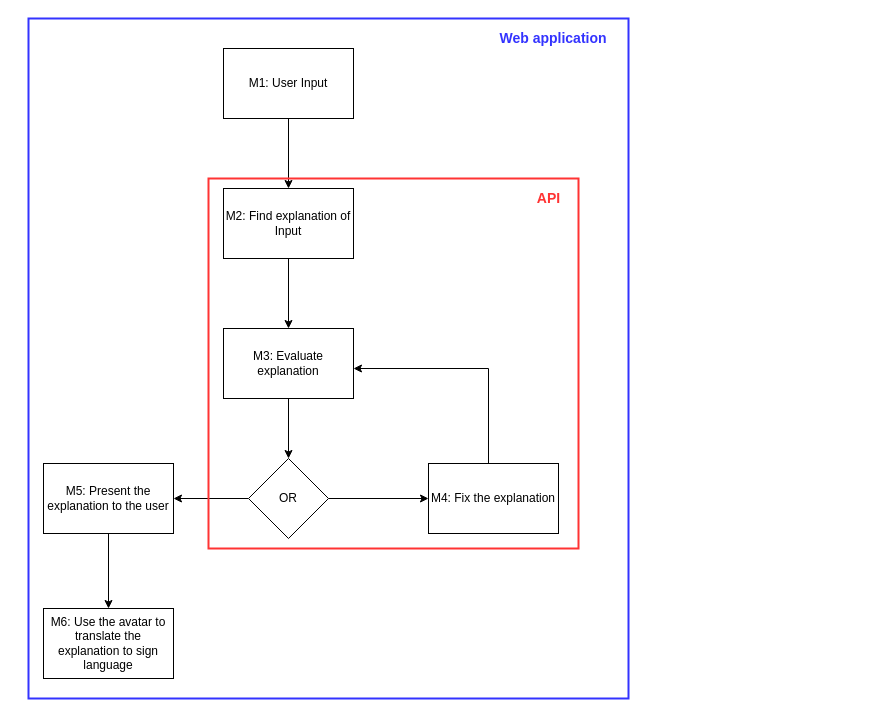
This is diagrams/diagram1_2.drawio from whzd/thesis, a draw.io file, before an edit. Source tidied: cells renumbered, new cells numbered last; positions are measured from the earlier drawing's top-left corner, leaving out a move shared by most shapes. Both pictures are drawn from the tidied source at 100%, with x=0, y=0 at pixel (28, 18).
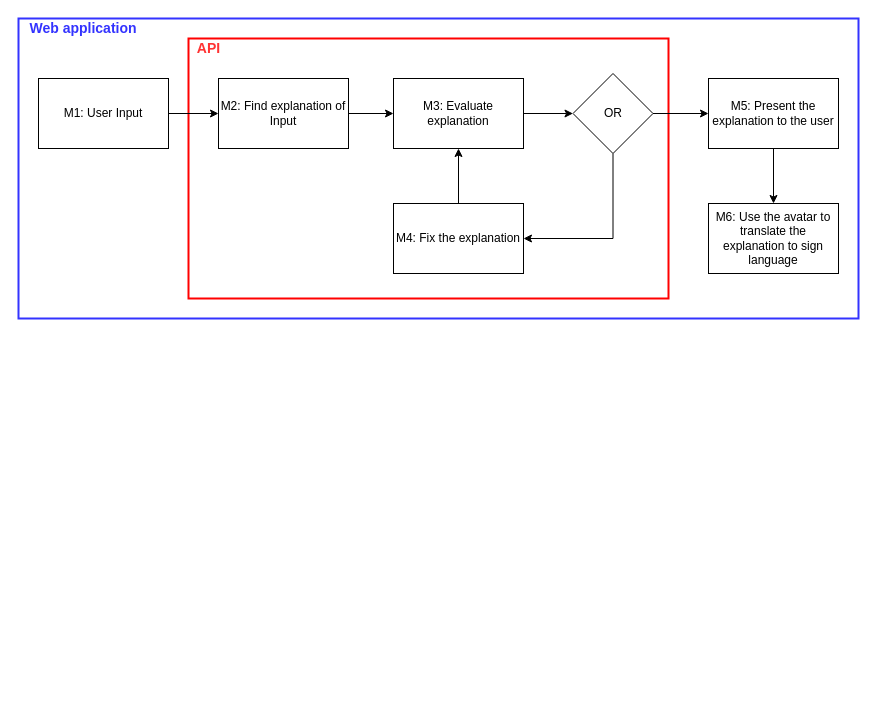
The same diagram, later.

Change to the diagram source:
```diff
@@
+    <mxCell id="18" style="rounded=0;whiteSpace=wrap;html=1;strokeColor=#3333FF;strokeWidth=2;fillColor=none;direction=south;" parent="1" vertex="1">
+      <mxGeometry x="-10" width="840" height="300" as="geometry" />
+    </mxCell>
+    <mxCell id="20" style="rounded=0;whiteSpace=wrap;html=1;strokeWidth=2;fillColor=none;direction=south;strokeColor=#FF0000;" parent="1" vertex="1">
+      <mxGeometry x="160" y="20" width="480" height="260" as="geometry" />
+    </mxCell>
@@
     <mxCell id="3" value="M1: User Input" style="rounded=0;whiteSpace=wrap;html=1;" parent="1" vertex="1">
-      <mxGeometry x="195" y="30" width="130" height="70" as="geometry" />
+      <mxGeometry x="10" y="60" width="130" height="70" as="geometry" />
     </mxCell>
@@
     <mxCell id="5" value="M2: Find explanation of Input" style="rounded=0;whiteSpace=wrap;html=1;" parent="1" vertex="1">
-      <mxGeometry x="195" y="170" width="130" height="70" as="geometry" />
+      <mxGeometry x="190" y="60" width="130" height="70" as="geometry" />
     </mxCell>
@@
     <mxCell id="7" value="M3: Evaluate explanation" style="rounded=0;whiteSpace=wrap;html=1;" parent="1" vertex="1">
-      <mxGeometry x="195" y="310" width="130" height="70" as="geometry" />
+      <mxGeometry x="365" y="60" width="130" height="70" as="geometry" />
     </mxCell>
@@
-    <mxCell id="9" style="edgeStyle=orthogonalEdgeStyle;rounded=0;jettySize=auto;html=1;" parent="1" edge="1" source="10" target="14">
-      <mxGeometry relative="1" as="geometry" />
+    <mxCell id="9" style="edgeStyle=orthogonalEdgeStyle;rounded=0;jettySize=auto;html=1;exitX=0.5;exitY=1;exitDx=0;exitDy=0;entryX=1;entryY=0.5;entryDx=0;entryDy=0;" parent="1" edge="1" source="10" target="14">
+      <mxGeometry relative="1" as="geometry">
+        <Array as="points">
+          <mxPoint x="585" y="220" />
+        </Array>
+      </mxGeometry>
     </mxCell>
     <mxCell id="10" value="OR" style="rhombus;whiteSpace=wrap;html=1;" parent="1" vertex="1">
-      <mxGeometry x="220" y="440" width="80" height="80" as="geometry" />
+      <mxGeometry x="544.5" y="55" width="80" height="80" as="geometry" />
     </mxCell>
-    <mxCell id="11" style="edgeStyle=orthogonalEdgeStyle;rounded=0;jettySize=auto;html=1;" parent="1" edge="1" source="12" target="15">
+    <mxCell id="11" style="edgeStyle=orthogonalEdgeStyle;rounded=0;jettySize=auto;html=1;exitX=0.5;exitY=1;exitDx=0;exitDy=0;" parent="1" edge="1" source="12" target="15">
       <mxGeometry relative="1" as="geometry" />
     </mxCell>
     <mxCell id="12" value="M5: Present the explanation to the user" style="rounded=0;whiteSpace=wrap;html=1;" parent="1" vertex="1">
-      <mxGeometry x="15" y="445" width="130" height="70" as="geometry" />
+      <mxGeometry x="680" y="60" width="130" height="70" as="geometry" />
     </mxCell>
     <mxCell id="13" style="edgeStyle=orthogonalEdgeStyle;rounded=0;jettySize=auto;html=1;" parent="1" edge="1" source="14" target="7">
-      <mxGeometry relative="1" as="geometry">
-        <Array as="points">
-          <mxPoint x="460" y="350" />
-        </Array>
-      </mxGeometry>
+      <mxGeometry relative="1" as="geometry" />
     </mxCell>
     <mxCell id="14" value="M4: Fix the explanation" style="rounded=0;whiteSpace=wrap;html=1;" parent="1" vertex="1">
-      <mxGeometry x="400" y="445" width="130" height="70" as="geometry" />
+      <mxGeometry x="365" y="185" width="130" height="70" as="geometry" />
     </mxCell>
     <mxCell id="15" value="M6: Use the avatar to translate the explanation to sign language" style="rounded=0;whiteSpace=wrap;html=1;" parent="1" vertex="1">
-      <mxGeometry x="15" y="590" width="130" height="70" as="geometry" />
+      <mxGeometry x="680" y="185" width="130" height="70" as="geometry" />
     </mxCell>
-    <mxCell id="16" style="whiteSpace=wrap;html=1;fillColor=none;strokeWidth=2;strokeColor=#FF3333;" parent="1" vertex="1">
-      <mxGeometry x="180" y="160" width="370" height="370" as="geometry" />
-    </mxCell>
     <mxCell id="17" value="&lt;b&gt;&lt;font style=&quot;font-size: 14px&quot; color=&quot;#ff3333&quot;&gt;API&lt;/font&gt;&lt;/b&gt;" style="text;html=1;align=center;verticalAlign=middle;" parent="1" vertex="1">
-      <mxGeometry x="500" y="170" width="40" height="20" as="geometry" />
+      <mxGeometry x="160" y="20" width="40" height="20" as="geometry" />
     </mxCell>
-    <mxCell id="18" style="rounded=0;whiteSpace=wrap;html=1;strokeColor=#3333FF;strokeWidth=2;fillColor=none;" parent="1" vertex="1">
-      <mxGeometry width="600" height="680" as="geometry" />
-    </mxCell>
     <mxCell id="19" value="&lt;b&gt;&lt;font style=&quot;font-size: 14px&quot; color=&quot;#3333ff&quot;&gt;Web application&lt;/font&gt;&lt;/b&gt;" style="text;html=1;strokeColor=none;fillColor=none;align=center;verticalAlign=middle;whiteSpace=wrap;rounded=0;" parent="1" vertex="1">
-      <mxGeometry x="460" y="10" width="130" height="20" as="geometry" />
+      <mxGeometry x="-10" width="130" height="20" as="geometry" />
     </mxCell>
```
